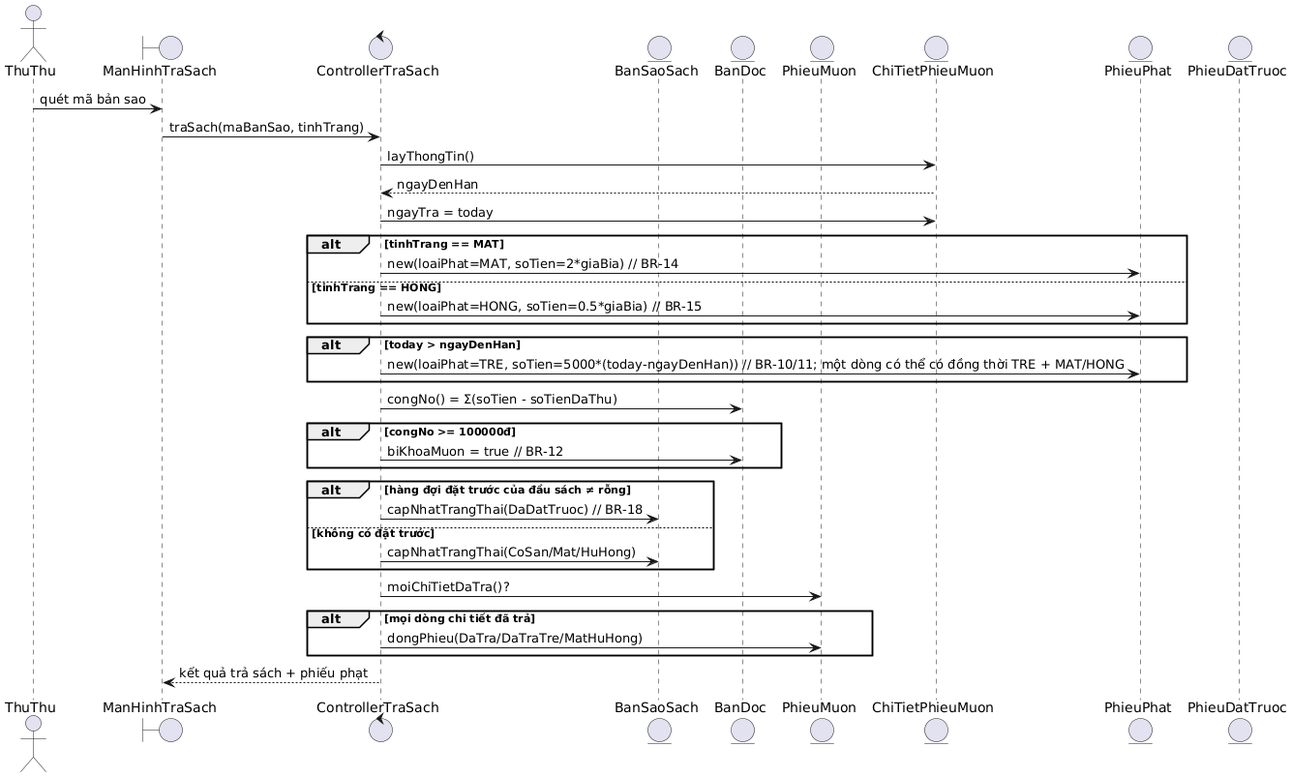
Above: docs/04-thiet-ke/bieu-do-tuan-tu/sd-tra-sach.png in mtmtmthehehe/OOAD (PlantUML), before the change.
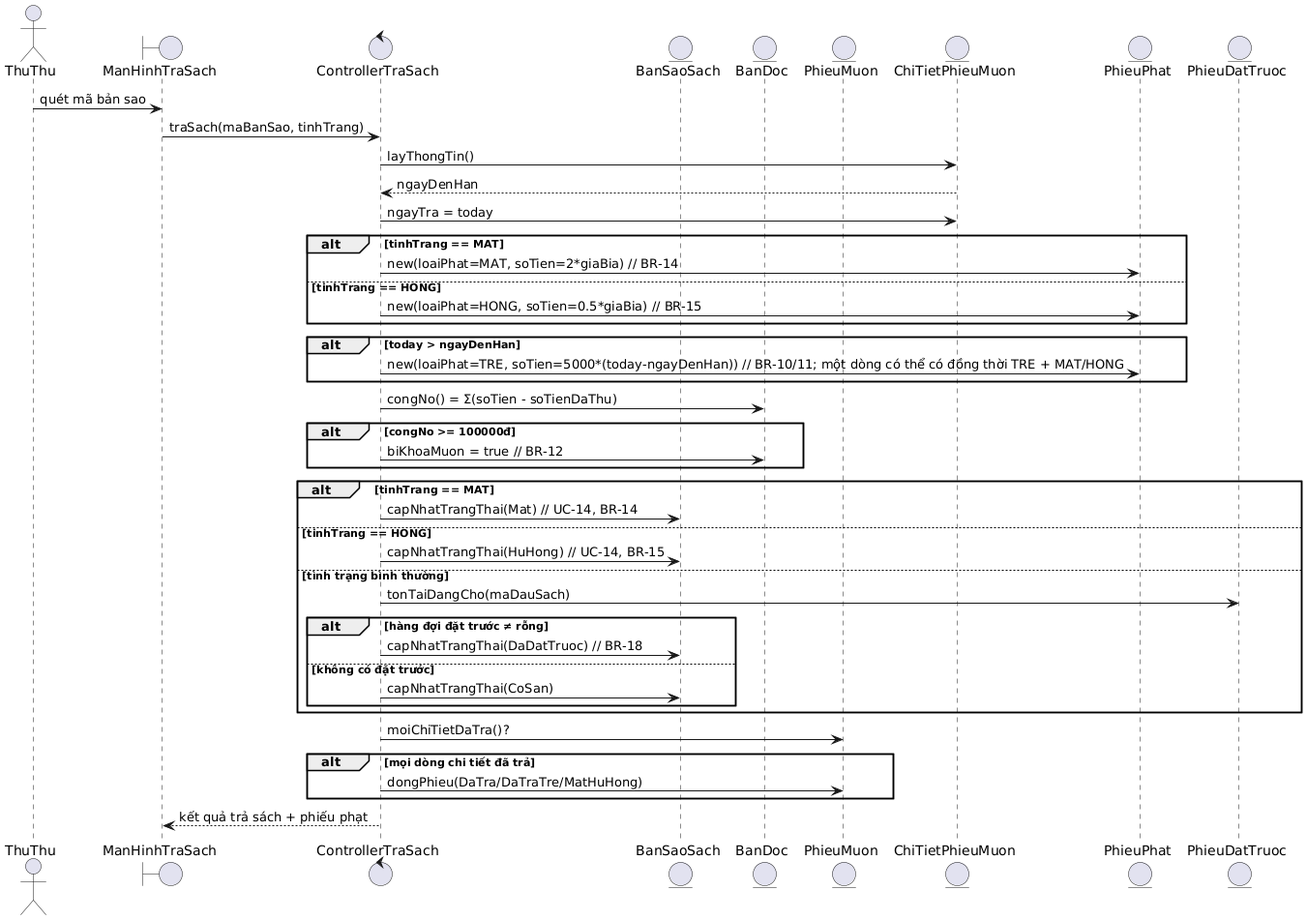
The same diagram one commit later.

Change to the diagram source:
```diff
@@ -30,10 +30,17 @@
   ControllerTraSach -> BanDoc : biKhoaMuon = true // BR-12
 end
 
-alt hàng đợi đặt trước của đầu sách ≠ rỗng
-  ControllerTraSach -> BanSaoSach : capNhatTrangThai(DaDatTruoc) // BR-18
-else không có đặt trước
-  ControllerTraSach -> BanSaoSach : capNhatTrangThai(CoSan/Mat/HuHong)
+alt tinhTrang == MAT
+  ControllerTraSach -> BanSaoSach : capNhatTrangThai(Mat) // UC-14, BR-14
+else tinhTrang == HONG
+  ControllerTraSach -> BanSaoSach : capNhatTrangThai(HuHong) // UC-14, BR-15
+else tình trạng bình thường
+  ControllerTraSach -> PhieuDatTruoc : tonTaiDangCho(maDauSach)
+  alt hàng đợi đặt trước ≠ rỗng
+    ControllerTraSach -> BanSaoSach : capNhatTrangThai(DaDatTruoc) // BR-18
+  else không có đặt trước
+    ControllerTraSach -> BanSaoSach : capNhatTrangThai(CoSan)
+  end
 end
 
 ControllerTraSach -> PhieuMuon : moiChiTietDaTra()?
```
